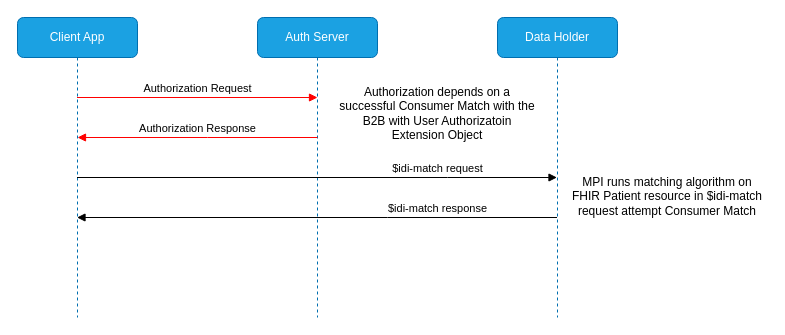
This is page "b2b-with-patient-user" (5 of 6) of input/images/Use Case Diagrams.drawio from HL7/fhir-identity-matching-ig, a draw.io file, before an edit. Source tidied: cells renumbered, new cells numbered last; positions are measured from the earlier drawing's top-left corner, leaving out a move shared by most shapes. Both pictures are drawn from the tidied source at 100%, with x=0, y=0 at pixel (17, 17).
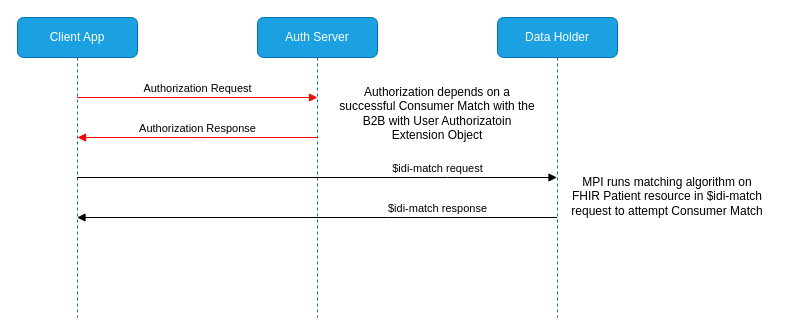
The same diagram, later.

Commit message (it also covers changes not shown here):
Fixed type in B2B with Patient User diagram

Change to the diagram source:
```diff
@@
 <mxGraphModel>
   <root>
     <mxCell id="0" />
     <mxCell id="1" parent="0" />
     <mxCell id="2" value="Client App" style="shape=umlLifeline;perimeter=lifelinePerimeter;whiteSpace=wrap;html=1;outlineConnect=0;portConstraint=eastwest;newEdgeStyle={&quot;edgeStyle&quot;:&quot;elbowEdgeStyle&quot;,&quot;elbow&quot;:&quot;vertical&quot;,&quot;curved&quot;:0,&quot;rounded&quot;:0};fillColor=#1ba1e2;strokeColor=#006EAF;fontColor=#ffffff;rounded=1;" parent="1" vertex="1">
       <mxGeometry width="120" height="300" as="geometry" />
     </mxCell>
     <mxCell id="3" value="Auth Server" style="shape=umlLifeline;perimeter=lifelinePerimeter;whiteSpace=wrap;html=1;outlineConnect=0;portConstraint=eastwest;newEdgeStyle={&quot;edgeStyle&quot;:&quot;elbowEdgeStyle&quot;,&quot;elbow&quot;:&quot;vertical&quot;,&quot;curved&quot;:0,&quot;rounded&quot;:0};fillColor=#1ba1e2;fontColor=#ffffff;strokeColor=#006EAF;rounded=1;" parent="1" vertex="1">
       <mxGeometry x="240" width="120" height="300" as="geometry" />
     </mxCell>
     <mxCell id="4" value="Authorization Request" style="html=1;verticalAlign=bottom;endArrow=block;edgeStyle=elbowEdgeStyle;elbow=vertical;curved=0;rounded=0;strokeColor=light-dark(#ff0000, #ededed);entryX=0.5;entryY=0.267;entryDx=0;entryDy=0;entryPerimeter=0;" parent="1" edge="1" source="2" target="3">
       <mxGeometry relative="1" as="geometry">
         <Array as="points">
           <mxPoint x="260" y="80" />
         </Array>
       </mxGeometry>
     </mxCell>
     <mxCell id="5" value="Data Holder" style="shape=umlLifeline;perimeter=lifelinePerimeter;whiteSpace=wrap;html=1;outlineConnect=0;portConstraint=eastwest;newEdgeStyle={&quot;edgeStyle&quot;:&quot;elbowEdgeStyle&quot;,&quot;elbow&quot;:&quot;vertical&quot;,&quot;curved&quot;:0,&quot;rounded&quot;:0};fillColor=#1ba1e2;fontColor=#ffffff;strokeColor=#006EAF;rounded=1;" parent="1" vertex="1">
       <mxGeometry x="480" width="120" height="300" as="geometry" />
     </mxCell>
     <mxCell id="6" value="Authorization Response" style="html=1;verticalAlign=bottom;endArrow=block;edgeStyle=elbowEdgeStyle;elbow=vertical;curved=0;rounded=0;fillColor=#e51400;strokeColor=light-dark(#ff0000, #ffacac);" parent="1" edge="1">
       <mxGeometry relative="1" as="geometry">
         <mxPoint x="300" y="120" as="sourcePoint" />
         <mxPoint x="60" y="120" as="targetPoint" />
         <Array as="points">
           <mxPoint x="190" y="120" />
           <mxPoint x="378" y="140" />
         </Array>
       </mxGeometry>
     </mxCell>
     <mxCell id="7" value="$idi-match request" style="html=1;verticalAlign=bottom;endArrow=block;edgeStyle=elbowEdgeStyle;elbow=vertical;curved=0;rounded=0;strokeColor=light-dark(#000000,#EDEDED);" parent="1" edge="1" source="2" target="5">
       <mxGeometry x="0.5" relative="1" as="geometry">
         <Array as="points">
           <mxPoint x="430" y="160" />
           <mxPoint x="285" y="240" />
         </Array>
       </mxGeometry>
     </mxCell>
     <mxCell id="8" value="$idi-match response" style="html=1;verticalAlign=bottom;endArrow=block;edgeStyle=elbowEdgeStyle;elbow=horizontal;curved=0;rounded=0;fillColor=#e51400;strokeColor=light-dark(#000000,#FFACAC);" parent="1" edge="1" source="5" target="2">
       <mxGeometry x="-0.5" relative="1" as="geometry">
         <Array as="points">
           <mxPoint x="370" y="200" />
           <mxPoint x="548" y="300" />
         </Array>
       </mxGeometry>
     </mxCell>
     <mxCell id="9" value="Authorization depends on a successful Consumer Match with the B2B with User Authorizatoin Extension Object" style="text;html=1;align=center;verticalAlign=middle;whiteSpace=wrap;rounded=0;" parent="1" vertex="1">
       <mxGeometry x="320" y="46" width="200" height="100" as="geometry" />
     </mxCell>
-    <mxCell id="10" value="MPI runs matching algorithm on FHIR Patient resource in $idi-match request attempt Consumer Match" style="text;html=1;align=center;verticalAlign=middle;whiteSpace=wrap;rounded=0;" parent="1" vertex="1">
+    <mxCell id="10" value="MPI runs matching algorithm on FHIR Patient resource in $idi-match request to attempt Consumer Match" style="text;html=1;align=center;verticalAlign=middle;whiteSpace=wrap;rounded=0;" parent="1" vertex="1">
       <mxGeometry x="550" y="129" width="200" height="100" as="geometry" />
     </mxCell>
   </root>
 </mxGraphModel>
```
